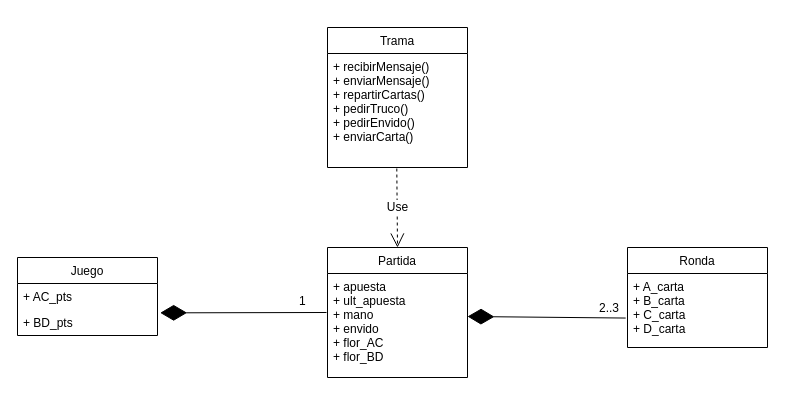
This is Truco.drawio from ezez8/ProyectoRCI, a draw.io file, before an edit. Source tidied: cells renumbered, new cells numbered last; positions are measured from the earlier drawing's top-left corner, leaving out a move shared by most shapes. Both pictures are drawn from the tidied source at 100%, with x=0, y=0 at pixel (17, 27).
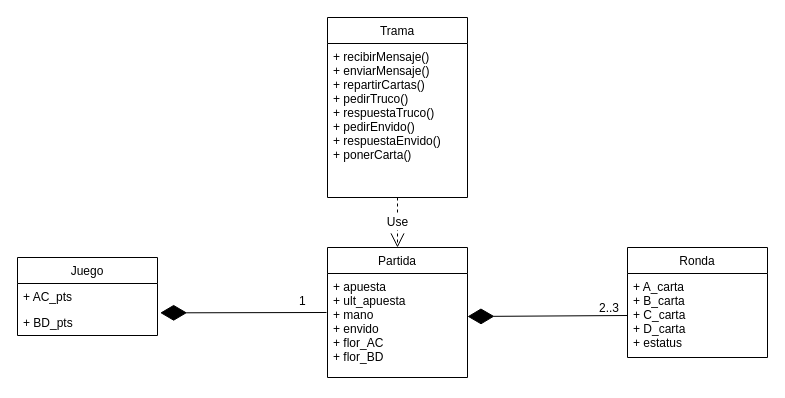
The same page after the edit.

Commit message:
agregué métodos a la trama

The edit, as a diff of the source:
```diff
@@
 <mxGraphModel>
   <root>
     <mxCell id="0" />
     <mxCell id="1" parent="0" />
     <mxCell id="2" value="Partida" style="swimlane;fontStyle=0;horizontal=1;startSize=26;fillColor=none;" parent="1" vertex="1">
       <mxGeometry x="310" y="220" width="140" height="130" as="geometry" />
     </mxCell>
     <mxCell id="3" value="+ apuesta&#10;+ ult_apuesta&#10;+ mano&#10;+ envido&#10;+ flor_AC&#10;+ flor_BD&#10;&#10;" style="text;strokeColor=none;fillColor=none;align=left;verticalAlign=top;spacingLeft=4;spacingRight=4;overflow=hidden;" parent="2" vertex="1">
       <mxGeometry y="26" width="140" height="104" as="geometry" />
     </mxCell>
     <mxCell id="4" value="Juego" style="swimlane;fontStyle=0;horizontal=1;startSize=26;fillColor=none;" parent="1" vertex="1">
       <mxGeometry y="230" width="140" height="78" as="geometry" />
     </mxCell>
     <mxCell id="5" value="+ AC_pts" style="text;strokeColor=none;fillColor=none;align=left;verticalAlign=top;spacingLeft=4;spacingRight=4;overflow=hidden;points=[[0,0.5],[1,0.5]];portConstraint=eastwest;" parent="4" vertex="1">
       <mxGeometry y="26" width="140" height="26" as="geometry" />
     </mxCell>
     <mxCell id="6" value="+ BD_pts" style="text;strokeColor=none;fillColor=none;align=left;verticalAlign=top;spacingLeft=4;spacingRight=4;overflow=hidden;" parent="4" vertex="1">
       <mxGeometry y="52" width="140" height="26" as="geometry" />
     </mxCell>
     <mxCell id="7" style="endArrow=diamondThin;endFill=1;endSize=24;html=1;entryX=1.019;entryY=1.129;entryDx=0;entryDy=0;entryPerimeter=0;" parent="1" edge="1" target="5">
       <mxGeometry relative="1" as="geometry">
         <mxPoint x="309" y="285" as="sourcePoint" />
       </mxGeometry>
     </mxCell>
     <mxCell id="8" value="1" style="text;html=1;align=left;verticalAlign=top;spacingTop=-4;" parent="1" vertex="1">
       <mxGeometry x="280" y="264" width="20" height="10" as="geometry" />
     </mxCell>
     <mxCell id="9" value="Ronda" style="swimlane;fontStyle=0;horizontal=1;startSize=26;fillColor=none;" parent="1" vertex="1">
-      <mxGeometry x="610" y="220" width="140" height="100" as="geometry" />
+      <mxGeometry x="610" y="220" width="140" height="110" as="geometry" />
     </mxCell>
-    <mxCell id="10" value="+ A_carta&#10;+ B_carta&#10;+ C_carta&#10;+ D_carta" style="text;strokeColor=none;fillColor=none;align=left;verticalAlign=top;spacingLeft=4;spacingRight=4;overflow=hidden;points=[[0,0.5],[1,0.5]];portConstraint=eastwest;" parent="9" vertex="1">
-      <mxGeometry y="26" width="140" height="74" as="geometry" />
+    <mxCell id="10" value="+ A_carta&#10;+ B_carta&#10;+ C_carta&#10;+ D_carta&#10;+ estatus&#10;" style="text;strokeColor=none;fillColor=none;align=left;verticalAlign=top;spacingLeft=4;spacingRight=4;overflow=hidden;points=[[0,0.5],[1,0.5]];portConstraint=eastwest;" parent="9" vertex="1">
+      <mxGeometry y="26" width="140" height="84" as="geometry" />
     </mxCell>
-    <mxCell id="11" style="endArrow=diamondThin;endFill=1;endSize=24;html=1;entryX=1.019;entryY=1.129;entryDx=0;entryDy=0;entryPerimeter=0;exitX=-0.013;exitY=0.602;exitDx=0;exitDy=0;exitPerimeter=0;" parent="1" edge="1" source="10">
+    <mxCell id="11" style="endArrow=diamondThin;endFill=1;endSize=24;html=1;entryX=1.019;entryY=1.129;entryDx=0;entryDy=0;entryPerimeter=0;exitX=0;exitY=0.5;exitDx=0;exitDy=0;" parent="1" edge="1" source="10">
       <mxGeometry relative="1" as="geometry">
         <mxPoint x="450" y="289" as="targetPoint" />
       </mxGeometry>
     </mxCell>
     <mxCell id="12" value="2..3" style="text;html=1;align=left;verticalAlign=top;spacingTop=-4;" parent="1" vertex="1">
       <mxGeometry x="580" y="271" width="40" height="10" as="geometry" />
     </mxCell>
     <mxCell id="13" value="Trama" style="swimlane;fontStyle=0;horizontal=1;startSize=26;fillColor=none;fontSize=12;fontColor=#000000;" parent="1" vertex="1">
-      <mxGeometry x="310" width="140" height="140" as="geometry" />
+      <mxGeometry x="310" y="-10" width="140" height="180" as="geometry" />
     </mxCell>
-    <mxCell id="14" value="+ recibirMensaje()&#10;+ enviarMensaje()&#10;+ repartirCartas()&#10;+ pedirTruco()&#10;+ pedirEnvido()&#10;+ enviarCarta()&#10;" style="text;strokeColor=none;fillColor=none;align=left;verticalAlign=top;spacingLeft=4;spacingRight=4;overflow=hidden;points=[[0,0.5],[1,0.5]];portConstraint=eastwest;" parent="13" vertex="1">
-      <mxGeometry y="26" width="140" height="114" as="geometry" />
+    <mxCell id="14" value="+ recibirMensaje()&#10;+ enviarMensaje()&#10;+ repartirCartas()&#10;+ pedirTruco()&#10;+ respuestaTruco()&#10;+ pedirEnvido()&#10;+ respuestaEnvido()&#10;+ ponerCarta()&#10;" style="text;strokeColor=none;fillColor=none;align=left;verticalAlign=top;spacingLeft=4;spacingRight=4;overflow=hidden;points=[[0,0.5],[1,0.5]];portConstraint=eastwest;" parent="13" vertex="1">
+      <mxGeometry y="26" width="140" height="154" as="geometry" />
     </mxCell>
-    <mxCell id="15" value="Use" style="endArrow=open;endSize=12;dashed=1;html=1;fontSize=12;fontColor=#000000;entryX=0.5;entryY=0;entryDx=0;entryDy=0;exitX=0.495;exitY=1.009;exitDx=0;exitDy=0;exitPerimeter=0;" parent="1" edge="1" source="14" target="2">
+    <mxCell id="15" value="Use" style="endArrow=open;endSize=12;dashed=1;html=1;fontSize=12;fontColor=#000000;entryX=0.5;entryY=0;entryDx=0;entryDy=0;exitX=0.5;exitY=1;exitDx=0;exitDy=0;exitPerimeter=0;" parent="1" edge="1" source="14" target="2">
       <mxGeometry relative="1" as="geometry" />
     </mxCell>
   </root>
 </mxGraphModel>
```
